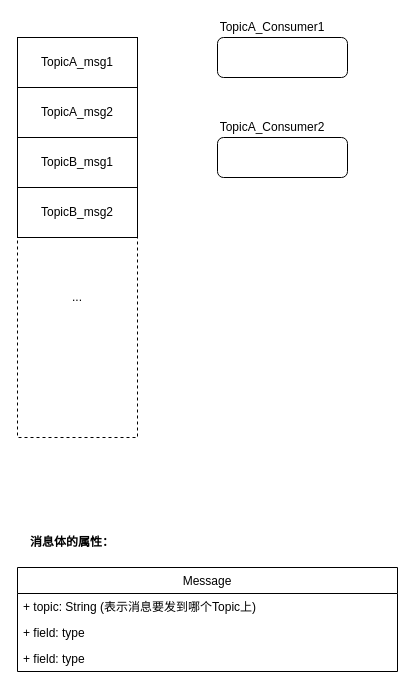
Above: RocketMQ_消息存储.drawio in bluefantasy2014/draw.io (draw.io), before the change. Source tidied: cells renumbered, new cells numbered last; positions are measured from the earlier drawing's top-left corner, leaving out a move shared by most shapes. Both pictures are drawn from the tidied source at 100%, with x=0, y=0 at pixel (17, 17).
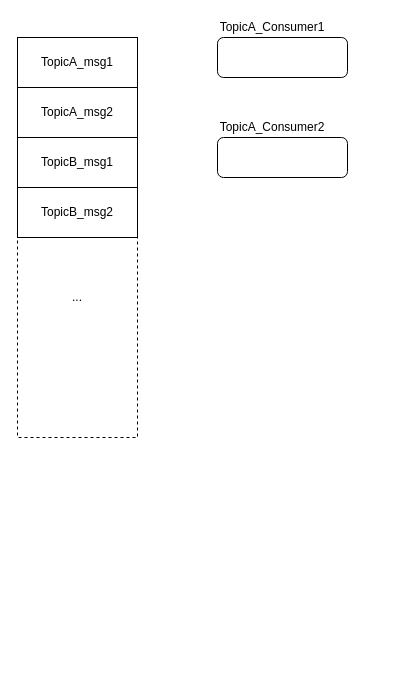
The same diagram, later.

Change to the diagram source:
```diff
@@
 <mxGraphModel>
   <root>
     <mxCell id="0" />
     <mxCell id="1" parent="0" />
     <mxCell id="2" style="rounded=0;whiteSpace=wrap;html=1;dashed=1;" parent="1" vertex="1">
       <mxGeometry y="20" width="120" height="400" as="geometry" />
     </mxCell>
     <mxCell id="3" value="TopicA_msg1" style="rounded=0;whiteSpace=wrap;html=1;" parent="1" vertex="1">
       <mxGeometry y="20" width="120" height="50" as="geometry" />
     </mxCell>
     <mxCell id="4" value="TopicA_msg2" style="rounded=0;whiteSpace=wrap;html=1;" parent="1" vertex="1">
       <mxGeometry y="70" width="120" height="50" as="geometry" />
     </mxCell>
     <mxCell id="5" value="TopicB_msg1" style="rounded=0;whiteSpace=wrap;html=1;" parent="1" vertex="1">
       <mxGeometry y="120" width="120" height="50" as="geometry" />
     </mxCell>
     <mxCell id="6" value="TopicB_msg2" style="rounded=0;whiteSpace=wrap;html=1;" parent="1" vertex="1">
       <mxGeometry y="170" width="120" height="50" as="geometry" />
     </mxCell>
     <mxCell id="7" value="..." style="text;html=1;strokeColor=none;fillColor=none;align=center;verticalAlign=middle;whiteSpace=wrap;rounded=0;dashed=1;" parent="1" vertex="1">
       <mxGeometry x="40" y="270" width="40" height="20" as="geometry" />
     </mxCell>
     <mxCell id="8" style="rounded=1;whiteSpace=wrap;html=1;" parent="1" vertex="1">
       <mxGeometry x="200" y="20" width="130" height="40" as="geometry" />
     </mxCell>
     <mxCell id="9" value="TopicA_Consumer1" style="text;html=1;strokeColor=none;fillColor=none;align=center;verticalAlign=middle;whiteSpace=wrap;rounded=0;" parent="1" vertex="1">
       <mxGeometry x="200" width="110" height="20" as="geometry" />
     </mxCell>
     <mxCell id="10" style="rounded=1;whiteSpace=wrap;html=1;" parent="1" vertex="1">
       <mxGeometry x="200" y="120" width="130" height="40" as="geometry" />
     </mxCell>
     <mxCell id="11" value="TopicA_Consumer2" style="text;html=1;strokeColor=none;fillColor=none;align=center;verticalAlign=middle;whiteSpace=wrap;rounded=0;" parent="1" vertex="1">
       <mxGeometry x="200" y="100" width="110" height="20" as="geometry" />
     </mxCell>
-    <mxCell id="12" value="Message" style="swimlane;fontStyle=0;horizontal=1;startSize=26;fillColor=none;" parent="1" vertex="1">
-      <mxGeometry y="550" width="380" height="104" as="geometry" />
-    </mxCell>
-    <mxCell id="13" value="+ topic: String (表示消息要发到哪个Topic上)" style="text;strokeColor=none;fillColor=none;align=left;verticalAlign=top;spacingLeft=4;spacingRight=4;overflow=hidden;" parent="12" vertex="1">
-      <mxGeometry y="26" width="380" height="26" as="geometry" />
-    </mxCell>
-    <mxCell id="14" value="+ field: type" style="text;strokeColor=none;fillColor=none;align=left;verticalAlign=top;spacingLeft=4;spacingRight=4;overflow=hidden;" parent="12" vertex="1">
-      <mxGeometry y="52" width="380" height="26" as="geometry" />
-    </mxCell>
-    <mxCell id="15" value="+ field: type" style="text;strokeColor=none;fillColor=none;align=left;verticalAlign=top;spacingLeft=4;spacingRight=4;overflow=hidden;" parent="12" vertex="1">
-      <mxGeometry y="78" width="380" height="26" as="geometry" />
-    </mxCell>
-    <mxCell id="16" value="&lt;b&gt;消息体的属性：&lt;/b&gt;" style="text;html=1;strokeColor=none;fillColor=none;align=center;verticalAlign=middle;whiteSpace=wrap;rounded=0;" parent="1" vertex="1">
-      <mxGeometry y="515" width="110" height="20" as="geometry" />
-    </mxCell>
   </root>
 </mxGraphModel>
```
